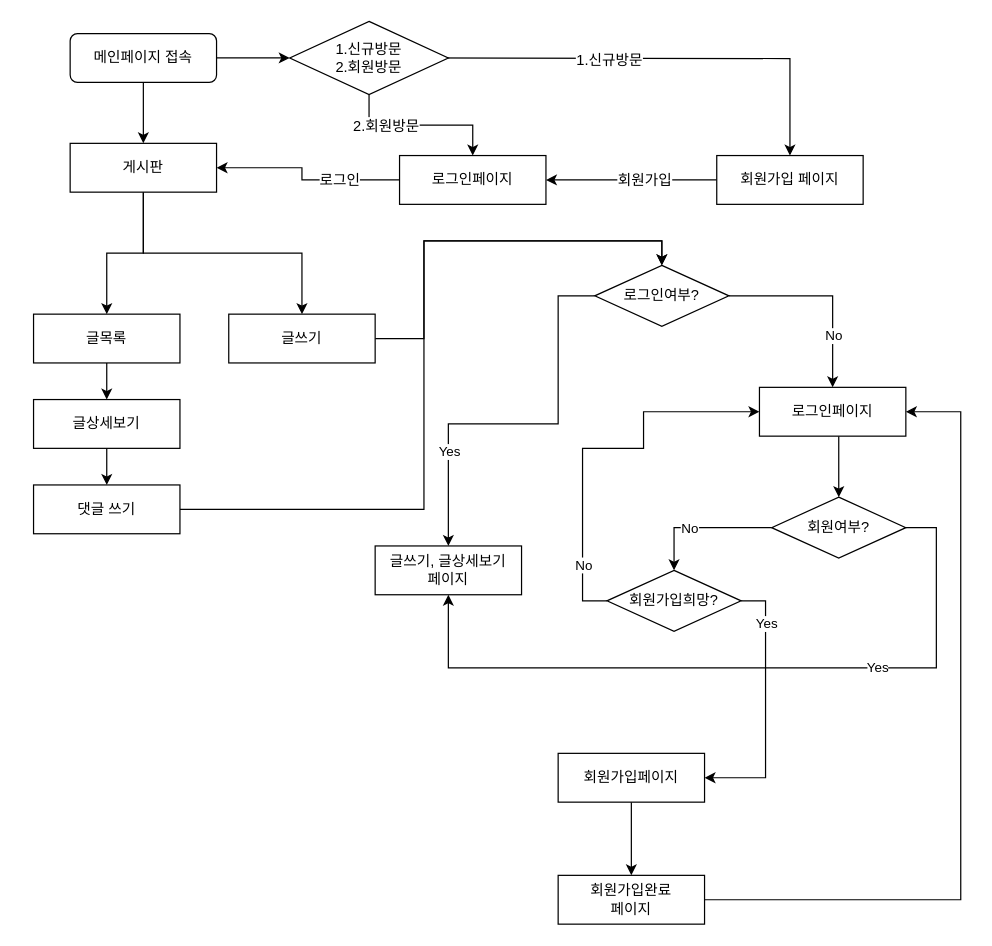
kzetadev/dotoriProject keeps this draw.io diagram as Untitled Diagram.drawio. Above is the earlier version. Source tidied: cells renumbered, new cells numbered last; positions are measured from the earlier drawing's top-left corner, leaving out a move shared by most shapes. Both pictures are drawn from the tidied source at 122%, with x=0, y=0 at pixel (33, 21).
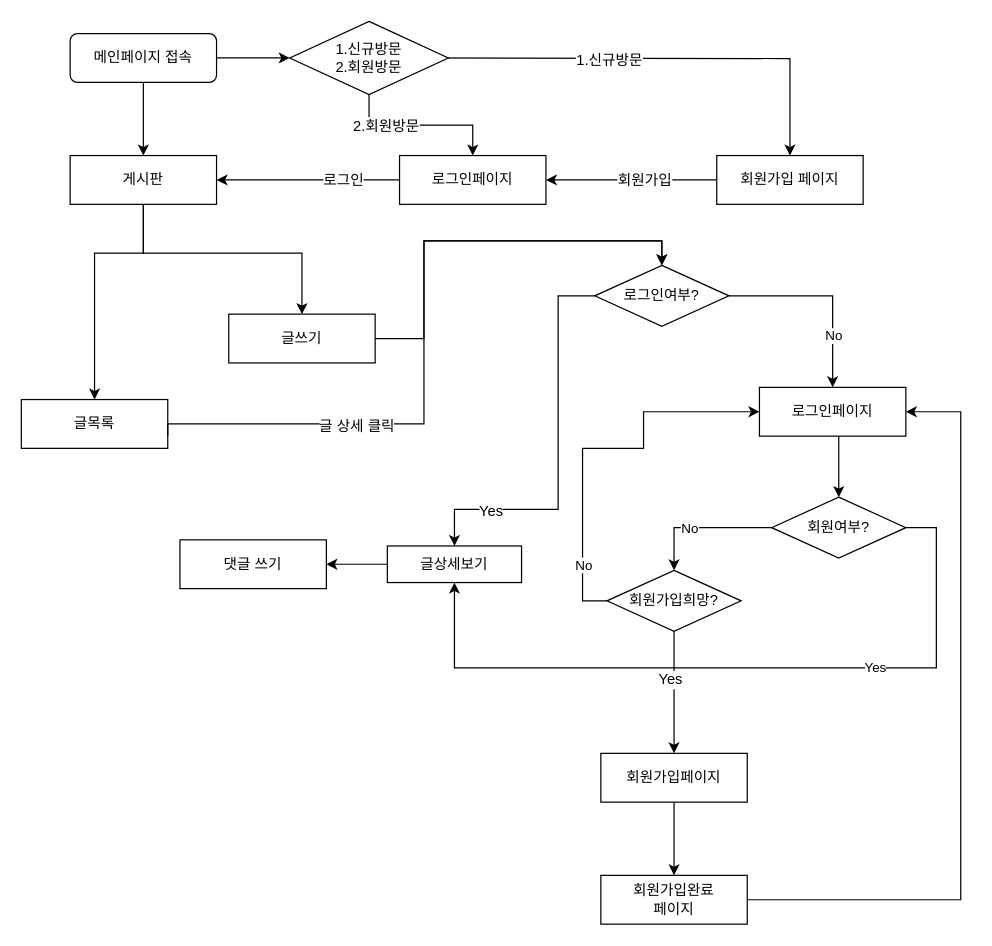
The same page after the edit.

The change refers to these unchanged cells:
```xml
<mxCell id="14" value="로그인페이지" style="rounded=0;whiteSpace=wrap;html=1;" parent="1" vertex="1">
  <mxGeometry x="300" y="110" width="120" height="40" as="geometry" />
</mxCell>
<mxCell id="26" value="로그인여부?" style="rhombus;whiteSpace=wrap;html=1;" parent="1" vertex="1">
  <mxGeometry x="460" y="200" width="110" height="50" as="geometry" />
</mxCell>
<mxCell id="34" value="회원여부?" style="rhombus;whiteSpace=wrap;html=1;" parent="1" vertex="1">
  <mxGeometry x="605" y="390" width="110" height="50" as="geometry" />
</mxCell>
<mxCell id="41" value="회원가입희망?" style="rhombus;whiteSpace=wrap;html=1;" parent="1" vertex="1">
  <mxGeometry x="470" y="450" width="110" height="50" as="geometry" />
</mxCell>
```

What changed in the source:
```diff
@@
     <mxCell id="9" style="edgeStyle=orthogonalEdgeStyle;rounded=0;jettySize=auto;html=1;entryX=0.5;entryY=0;entryDx=0;entryDy=0;" parent="1" edge="1" source="11" target="19">
-      <mxGeometry relative="1" as="geometry" />
+      <mxGeometry relative="1" as="geometry">
+        <Array as="points">
+          <mxPoint x="90" y="190" />
+          <mxPoint x="50" y="190" />
+        </Array>
+      </mxGeometry>
     </mxCell>
@@
     <mxCell id="11" value="게시판" style="rounded=0;whiteSpace=wrap;html=1;" parent="1" vertex="1">
-      <mxGeometry x="30" y="100" width="120" height="40" as="geometry" />
+      <mxGeometry x="30" y="110" width="120" height="40" as="geometry" />
     </mxCell>
     <mxCell id="12" style="edgeStyle=orthogonalEdgeStyle;rounded=0;jettySize=auto;html=1;exitX=0;exitY=0.5;exitDx=0;exitDy=0;" parent="1" edge="1" source="14" target="11">
       <mxGeometry relative="1" as="geometry">
         <Array as="points">
           <mxPoint x="220" y="130" />
-          <mxPoint x="220" y="120" />
+          <mxPoint x="220" y="130" />
         </Array>
       </mxGeometry>
     </mxCell>
@@
-    <mxCell id="18" style="edgeStyle=orthogonalEdgeStyle;rounded=0;jettySize=auto;html=1;exitX=0.5;exitY=1;exitDx=0;exitDy=0;entryX=0.5;entryY=0;entryDx=0;entryDy=0;" parent="1" edge="1" source="19" target="36">
-      <mxGeometry relative="1" as="geometry" />
-    </mxCell>
     <mxCell id="19" value="글목록" style="rounded=0;whiteSpace=wrap;html=1;" parent="1" vertex="1">
-      <mxGeometry y="240" width="120" height="40" as="geometry" />
+      <mxGeometry x="-10" y="310" width="120" height="40" as="geometry" />
     </mxCell>
@@
     <mxCell id="22" style="edgeStyle=orthogonalEdgeStyle;rounded=0;jettySize=auto;html=1;entryX=0.5;entryY=0;entryDx=0;entryDy=0;exitX=0;exitY=0.5;exitDx=0;exitDy=0;" parent="1" edge="1" source="26" target="27">
       <mxGeometry relative="1" as="geometry">
         <Array as="points">
           <mxPoint x="430" y="225" />
-          <mxPoint x="430" y="330" />
-          <mxPoint x="340" y="330" />
+          <mxPoint x="430" y="400" />
+          <mxPoint x="345" y="400" />
         </Array>
       </mxGeometry>
     </mxCell>
-    <mxCell id="23" value="Yes" style="edgeLabel;html=1;align=center;verticalAlign=middle;" parent="22" vertex="1">
-      <mxGeometry x="0.66" y="-3" relative="1" as="geometry">
-        <mxPoint x="3" y="-23" as="offset" />
-      </mxGeometry>
-    </mxCell>
+    <mxCell id="49" value="Yes" style="text;html=1;align=center;verticalAlign=middle;labelBackgroundColor=#ffffff;" parent="22" vertex="1">
+      <mxGeometry x="0.63" y="1" relative="1" as="geometry" />
+    </mxCell>
@@
+    <mxCell id="50" style="edgeStyle=orthogonalEdgeStyle;rounded=0;jettySize=auto;html=1;entryX=1;entryY=0.5;entryDx=0;entryDy=0;" parent="1" edge="1" source="27" target="47">
+      <mxGeometry relative="1" as="geometry" />
+    </mxCell>
-    <mxCell id="27" value="&lt;div&gt;글쓰기, 글상세보기&lt;/div&gt;&lt;div&gt; 페이지&lt;/div&gt;" style="rounded=0;whiteSpace=wrap;html=1;" parent="1" vertex="1">
-      <mxGeometry x="280" y="430" width="120" height="40" as="geometry" />
+    <mxCell id="27" value="&lt;div&gt;글상세보기&lt;/div&gt;" style="rounded=0;whiteSpace=wrap;html=1;" parent="1" vertex="1">
+      <mxGeometry x="290" y="430" width="110" height="30" as="geometry" />
     </mxCell>
@@
     <mxCell id="32" style="edgeStyle=orthogonalEdgeStyle;rounded=0;jettySize=auto;html=1;entryX=0.5;entryY=1;entryDx=0;entryDy=0;exitX=1;exitY=0.5;exitDx=0;exitDy=0;" parent="1" edge="1" source="34" target="27">
       <mxGeometry relative="1" as="geometry">
         <Array as="points">
           <mxPoint x="740" y="415" />
           <mxPoint x="740" y="530" />
-          <mxPoint x="340" y="530" />
+          <mxPoint x="345" y="530" />
         </Array>
       </mxGeometry>
     </mxCell>
@@
-    <mxCell id="35" style="edgeStyle=orthogonalEdgeStyle;rounded=0;jettySize=auto;html=1;exitX=0.5;exitY=1;exitDx=0;exitDy=0;entryX=0.5;entryY=0;entryDx=0;entryDy=0;" parent="1" edge="1" source="36" target="47">
-      <mxGeometry relative="1" as="geometry" />
-    </mxCell>
-    <mxCell id="36" value="글상세보기" style="rounded=0;whiteSpace=wrap;html=1;" parent="1" vertex="1">
-      <mxGeometry y="310" width="120" height="40" as="geometry" />
-    </mxCell>
@@
-    <mxCell id="39" style="edgeStyle=orthogonalEdgeStyle;rounded=0;jettySize=auto;html=1;exitX=1;exitY=0.5;exitDx=0;exitDy=0;entryX=1;entryY=0.5;entryDx=0;entryDy=0;" parent="1" edge="1" source="41" target="43">
+    <mxCell id="39" style="edgeStyle=orthogonalEdgeStyle;rounded=0;jettySize=auto;html=1;entryX=0.5;entryY=0;entryDx=0;entryDy=0;" parent="1" edge="1" source="41" target="43">
       <mxGeometry relative="1" as="geometry" />
     </mxCell>
-    <mxCell id="40" value="Yes" style="edgeLabel;html=1;align=center;verticalAlign=middle;" parent="39" vertex="1">
-      <mxGeometry x="-0.65" relative="1" as="geometry" />
-    </mxCell>
+    <mxCell id="51" value="Yes" style="text;html=1;align=center;verticalAlign=middle;labelBackgroundColor=#ffffff;" parent="39" vertex="1">
+      <mxGeometry x="-0.26" y="-2" relative="1" as="geometry">
+        <mxPoint x="-2" y="2" as="offset" />
+      </mxGeometry>
+    </mxCell>
@@
     <mxCell id="43" value="회원가입페이지" style="rounded=0;whiteSpace=wrap;html=1;" parent="1" vertex="1">
-      <mxGeometry x="430" y="600" width="120" height="40" as="geometry" />
+      <mxGeometry x="465" y="600" width="120" height="40" as="geometry" />
     </mxCell>
@@
     <mxCell id="45" value="&lt;div&gt;회원가입완료&lt;/div&gt;&lt;div&gt;페이지&lt;br&gt;&lt;/div&gt;" style="rounded=0;whiteSpace=wrap;html=1;" parent="1" vertex="1">
-      <mxGeometry x="430" y="700" width="120" height="40" as="geometry" />
+      <mxGeometry x="465" y="700" width="120" height="40" as="geometry" />
     </mxCell>
-    <mxCell id="46" style="edgeStyle=orthogonalEdgeStyle;rounded=0;jettySize=auto;html=1;entryX=0.5;entryY=0;entryDx=0;entryDy=0;" parent="1" edge="1" source="47" target="26">
+    <mxCell id="46" style="edgeStyle=orthogonalEdgeStyle;rounded=0;jettySize=auto;html=1;entryX=0.5;entryY=0;entryDx=0;entryDy=0;exitX=1;exitY=0.75;exitDx=0;exitDy=0;" parent="1" edge="1" source="19" target="26">
       <mxGeometry relative="1" as="geometry">
         <Array as="points">
-          <mxPoint x="320" y="400" />
+          <mxPoint x="110" y="330" />
+          <mxPoint x="320" y="330" />
           <mxPoint x="320" y="180" />
           <mxPoint x="515" y="180" />
         </Array>
       </mxGeometry>
     </mxCell>
+    <mxCell id="52" value="글 상세 클릭" style="text;html=1;align=center;verticalAlign=middle;labelBackgroundColor=#ffffff;" parent="46" vertex="1">
+      <mxGeometry x="-0.44" y="-1" relative="1" as="geometry" />
+    </mxCell>
     <mxCell id="47" value="댓글 쓰기" style="rounded=0;whiteSpace=wrap;html=1;" parent="1" vertex="1">
-      <mxGeometry y="380" width="120" height="40" as="geometry" />
+      <mxGeometry x="120" y="425" width="120" height="40" as="geometry" />
     </mxCell>
```
